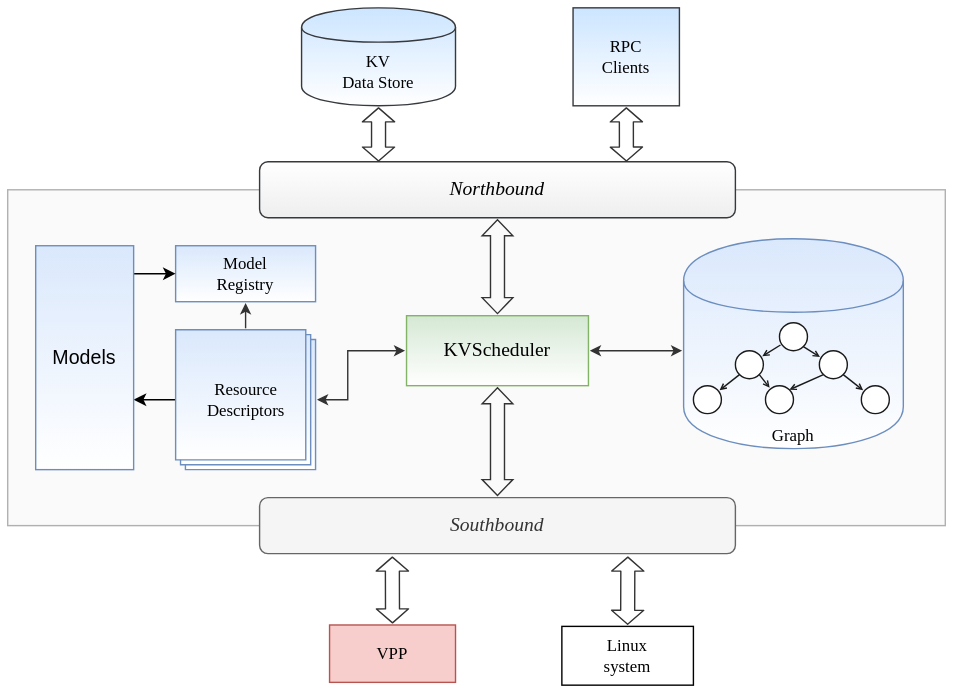
Earlier version of the draw.io export static/images/ligato/components-kvs-architecture-lite.svg (ligato/site). Source tidied: cells renumbered, new cells last; positions are measured from the earlier drawing's top-left corner, leaving out a move shared by most shapes.
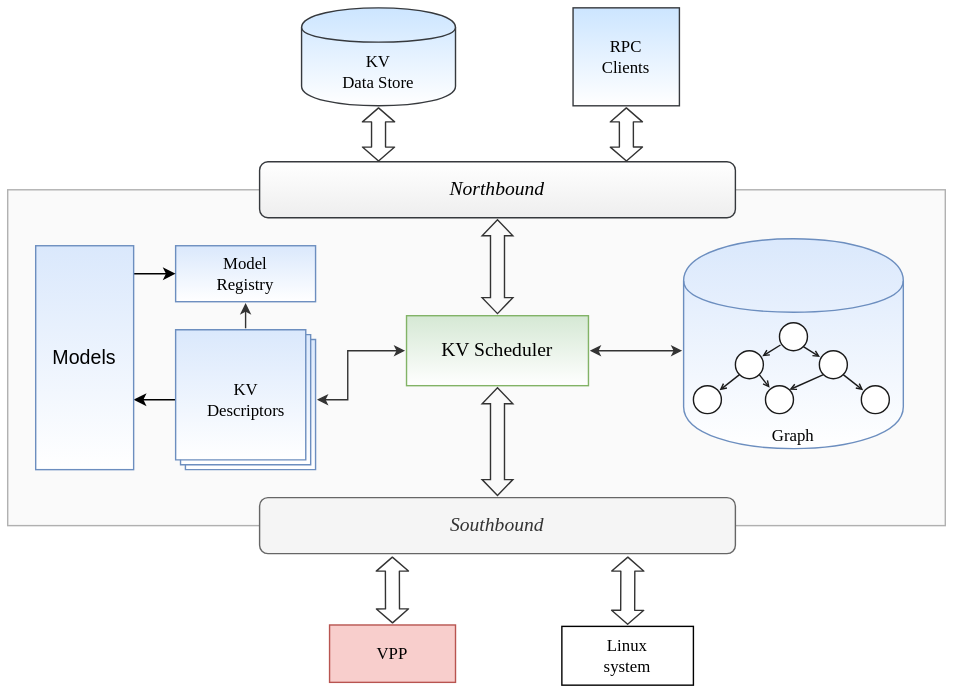
After the change.

Commit message:
cnf building components part 4

Change to the diagram source:
```diff
@@ -35,7 +35,7 @@
         </Array>
       </mxGeometry>
     </mxCell>
-    <mxCell id="10" value="KVScheduler" style="rounded=0;whiteSpace=wrap;html=1;fontFamily=Verdana;fontSize=14;align=center;strokeColor=#82b366;strokeWidth=1;fillColor=#d5e8d4;gradientColor=#ffffff;fontStyle=0;" parent="1" vertex="1">
+    <mxCell id="10" value="KV Scheduler" style="rounded=0;whiteSpace=wrap;html=1;fontFamily=Verdana;fontSize=14;align=center;strokeColor=#82b366;strokeWidth=1;fillColor=#d5e8d4;gradientColor=#ffffff;fontStyle=0;" parent="1" vertex="1">
       <mxGeometry x="285" y="220" width="130" height="50" as="geometry" />
     </mxCell>
     <mxCell id="11" value="&lt;div style=&quot;font-size: 14px;&quot;&gt;&lt;span style=&quot;font-size: 14px;&quot;&gt;Northbound&lt;/span&gt;&lt;br style=&quot;font-size: 14px;&quot;&gt;&lt;/div&gt;&lt;span style=&quot;font-size: 14px;&quot;&gt;&lt;/span&gt;" style="rounded=1;whiteSpace=wrap;html=1;fontFamily=Verdana;fontSize=14;align=center;strokeColor=#36393d;strokeWidth=1;fillColor=#eeeeee;fontStyle=2;gradientColor=#ffffff;gradientDirection=north;" parent="1" vertex="1">
@@ -83,7 +83,7 @@
         </Array>
       </mxGeometry>
     </mxCell>
-    <mxCell id="21" value="&lt;div&gt;Resource&lt;br&gt;&lt;/div&gt;&lt;div&gt;Descriptors&lt;br&gt;&lt;/div&gt;" style="verticalLabelPosition=middle;verticalAlign=middle;html=1;shape=mxgraph.basic.layered_rect;dx=7;outlineConnect=0;rounded=1;labelBackgroundColor=none;strokeWidth=1;fontFamily=Verdana;fontSize=12;align=center;labelPosition=center;labelBorderColor=none;fillColor=#dae8fc;strokeColor=#6c8ebf;gradientColor=#ffffff;" parent="1" vertex="1">
+    <mxCell id="21" value="&lt;div&gt;KV&lt;/div&gt;&lt;div&gt;Descriptors&lt;br&gt;&lt;/div&gt;" style="verticalLabelPosition=middle;verticalAlign=middle;html=1;shape=mxgraph.basic.layered_rect;dx=7;outlineConnect=0;rounded=1;labelBackgroundColor=none;strokeWidth=1;fontFamily=Verdana;fontSize=12;align=center;labelPosition=center;labelBorderColor=none;fillColor=#dae8fc;strokeColor=#6c8ebf;gradientColor=#ffffff;" parent="1" vertex="1">
       <mxGeometry x="120" y="230" width="100" height="100" as="geometry" />
     </mxCell>
     <mxCell id="22" value="Graph" style="shape=cylinder;whiteSpace=wrap;html=1;boundedLbl=1;backgroundOutline=1;fontFamily=Verdana;fontSize=12;align=center;strokeColor=#6c8ebf;strokeWidth=1;fillColor=#dae8fc;verticalAlign=bottom;gradientColor=#ffffff;" parent="1" vertex="1">
```
